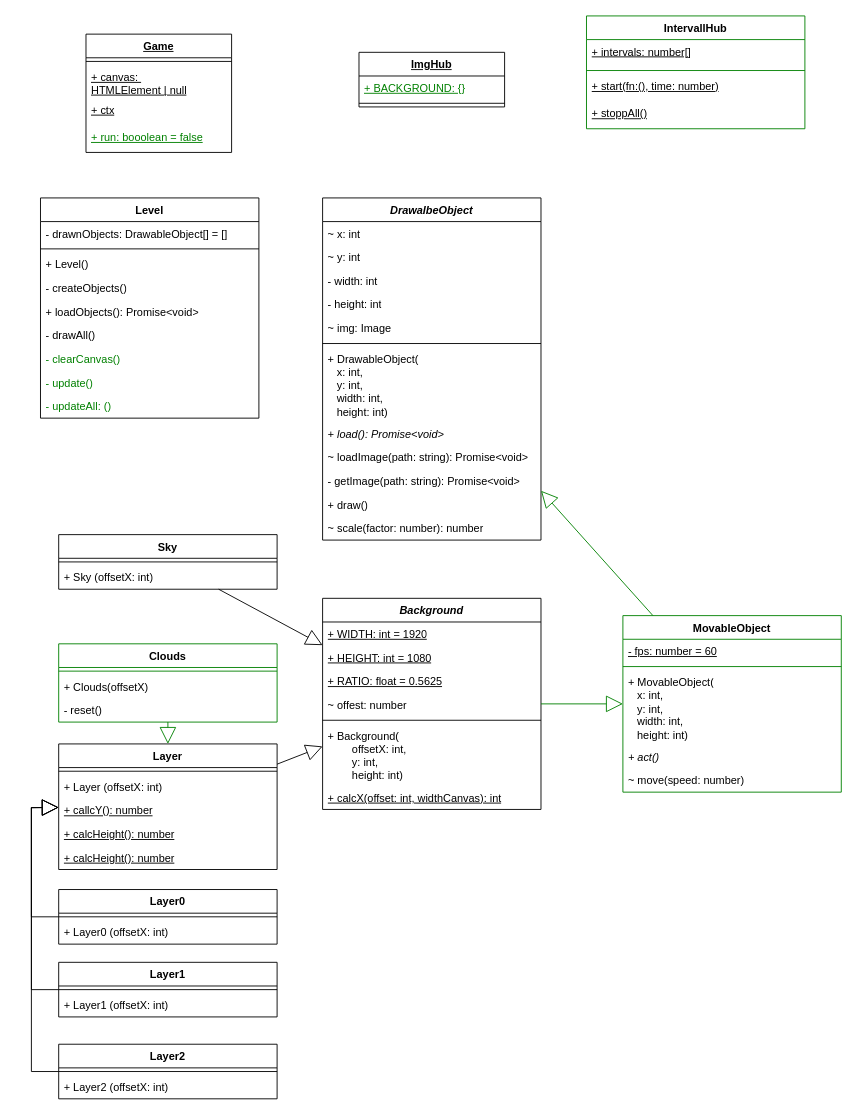
Earlier version of the draw.io diagram docs/classes.drawio (elma1989/el-pollo-loco). Source tidied: cells renumbered, new cells numbered last; positions are measured from the earlier drawing's top-left corner, leaving out a move shared by most shapes. Both pictures are drawn from the tidied source at 91%, with x=0, y=0 at pixel (31, 15).
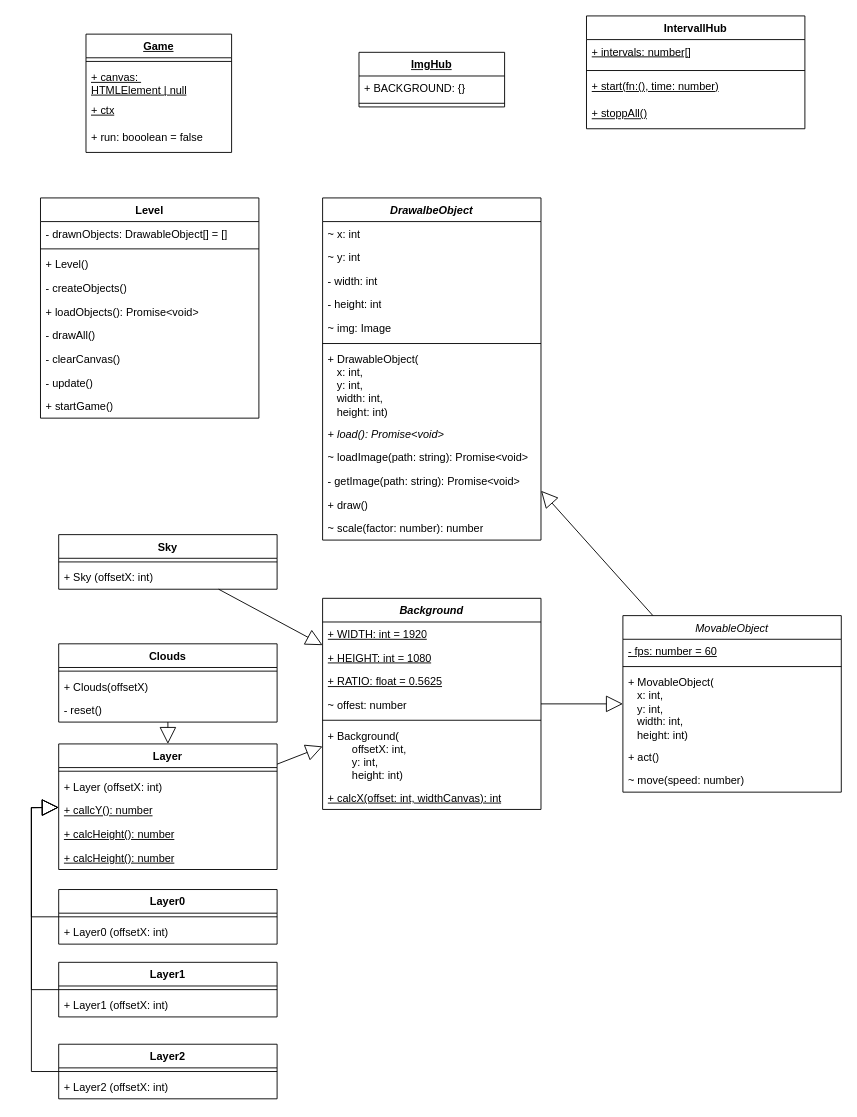
After the change.

Commit message (it also covers changes not shown here):
doc: Updated classes.drawio - Update to class Clouds complete (#30)

Unchanged cells that the change refers to:
```xml
<mxCell id="2" value="Game" style="swimlane;fontStyle=5;align=center;verticalAlign=top;horizontal=1;startSize=26;whiteSpace=wrap;html=1;" parent="1" vertex="1">
  <mxGeometry x="60" y="20" width="160" height="130" as="geometry" />
</mxCell>
<mxCell id="7" value="ImgHub" style="swimlane;fontStyle=5;align=center;verticalAlign=top;horizontal=1;startSize=26;whiteSpace=wrap;html=1;" parent="1" vertex="1">
  <mxGeometry x="360" y="40" width="160" height="60" as="geometry" />
</mxCell>
<mxCell id="10" value="DrawalbeObject" style="swimlane;fontStyle=3;align=center;verticalAlign=top;horizontal=1;startSize=26;whiteSpace=wrap;html=1;" parent="1" vertex="1">
  <mxGeometry x="320" y="200" width="240" height="376" as="geometry" />
</mxCell>
<mxCell id="23" value="Background" style="swimlane;fontStyle=3;align=center;verticalAlign=top;horizontal=1;startSize=26;whiteSpace=wrap;html=1;" parent="1" vertex="1">
  <mxGeometry x="320" y="640" width="240" height="232" as="geometry" />
</mxCell>
<mxCell id="34" value="Layer" style="swimlane;fontStyle=1;align=center;verticalAlign=top;horizontal=1;startSize=26;whiteSpace=wrap;html=1;" parent="1" vertex="1">
  <mxGeometry x="30" y="800" width="240" height="138" as="geometry" />
</mxCell>
<mxCell id="55" value="Level" style="swimlane;fontStyle=1;align=center;verticalAlign=top;horizontal=1;startSize=26;whiteSpace=wrap;html=1;" parent="1" vertex="1">
  <mxGeometry x="10" y="200" width="240" height="242" as="geometry" />
</mxCell>
```

What changed in the source:
```diff
@@
-    <mxCell id="6" value="+ run: booolean = false" style="text;strokeColor=none;fillColor=none;align=left;verticalAlign=top;spacingLeft=4;spacingRight=4;overflow=hidden;whiteSpace=wrap;html=1;fontStyle=4;fontColor=light-dark(#008000,#80FF80);" parent="2" vertex="1">
+    <mxCell id="6" value="+ run: booolean = false" style="text;strokeColor=none;fillColor=none;align=left;verticalAlign=top;spacingLeft=4;spacingRight=4;overflow=hidden;whiteSpace=wrap;html=1;" parent="2" vertex="1">
       <mxGeometry y="100" width="160" height="30" as="geometry" />
     </mxCell>
@@
-    <mxCell id="8" value="+ BACKGROUND: {}" style="text;strokeColor=none;fillColor=none;align=left;verticalAlign=top;spacingLeft=4;spacingRight=4;overflow=hidden;whiteSpace=wrap;html=1;fontStyle=4;fontColor=light-dark(#008000,#80FF80);" parent="7" vertex="1">
+    <mxCell id="8" value="+ BACKGROUND: {}" style="text;strokeColor=none;fillColor=none;align=left;verticalAlign=top;spacingLeft=4;spacingRight=4;overflow=hidden;whiteSpace=wrap;html=1;" parent="7" vertex="1">
       <mxGeometry y="26" width="160" height="26" as="geometry" />
     </mxCell>
@@
-    <mxCell id="49" style="endArrow=block;endSize=16;endFill=0;html=1;rounded=0;strokeColor=light-dark(#008000,#80FF80);" parent="1" edge="1" source="23" target="65">
+    <mxCell id="49" style="endArrow=block;endSize=16;endFill=0;html=1;rounded=0;strokeColor=default;" parent="1" edge="1" source="23" target="65">
       <mxGeometry relative="1" as="geometry" />
     </mxCell>
@@
-    <mxCell id="62" value="- clearCanvas()" style="text;align=left;verticalAlign=top;spacingLeft=4;spacingRight=4;overflow=hidden;whiteSpace=wrap;html=1;fontColor=light-dark(#008000,#80FF80);" parent="55" vertex="1">
+    <mxCell id="62" value="- clearCanvas()" style="text;align=left;verticalAlign=top;spacingLeft=4;spacingRight=4;overflow=hidden;whiteSpace=wrap;html=1;" parent="55" vertex="1">
       <mxGeometry y="164" width="240" height="26" as="geometry" />
     </mxCell>
-    <mxCell id="63" value="- update()" style="text;strokeColor=none;fillColor=none;align=left;verticalAlign=top;spacingLeft=4;spacingRight=4;overflow=hidden;whiteSpace=wrap;html=1;fontColor=light-dark(#008000,#80FF80);" parent="55" vertex="1">
+    <mxCell id="63" value="- update()" style="text;strokeColor=none;fillColor=none;align=left;verticalAlign=top;spacingLeft=4;spacingRight=4;overflow=hidden;whiteSpace=wrap;html=1;" parent="55" vertex="1">
       <mxGeometry y="190" width="240" height="26" as="geometry" />
     </mxCell>
-    <mxCell id="64" value="- updateAll: ()" style="text;strokeColor=none;fillColor=none;align=left;verticalAlign=top;spacingLeft=4;spacingRight=4;overflow=hidden;whiteSpace=wrap;html=1;fontColor=light-dark(#008000,#80FF80);" parent="55" vertex="1">
+    <mxCell id="64" value="+ startGame()" style="text;strokeColor=none;fillColor=none;align=left;verticalAlign=top;spacingLeft=4;spacingRight=4;overflow=hidden;whiteSpace=wrap;html=1;" parent="55" vertex="1">
       <mxGeometry y="216" width="240" height="26" as="geometry" />
     </mxCell>
-    <mxCell id="65" value="MovableObject" style="swimlane;align=center;verticalAlign=top;horizontal=1;startSize=26;whiteSpace=wrap;html=1;strokeColor=light-dark(#008000,#80FF80);" parent="1" vertex="1">
+    <mxCell id="65" value="MovableObject" style="swimlane;align=center;verticalAlign=top;horizontal=1;startSize=26;whiteSpace=wrap;html=1;strokeColor=default;fontStyle=2;" parent="1" vertex="1">
       <mxGeometry x="650" y="659" width="240" height="194" as="geometry" />
     </mxCell>
@@
-    <mxCell id="69" value="+ act()" style="text;strokeColor=none;fillColor=none;align=left;verticalAlign=top;spacingLeft=4;spacingRight=4;overflow=hidden;whiteSpace=wrap;html=1;fontStyle=2;" parent="65" vertex="1">
+    <mxCell id="69" value="+ act()" style="text;strokeColor=none;fillColor=none;align=left;verticalAlign=top;spacingLeft=4;spacingRight=4;overflow=hidden;whiteSpace=wrap;html=1;fontStyle=0;" parent="65" vertex="1">
       <mxGeometry y="142" width="240" height="26" as="geometry" />
     </mxCell>
@@
-    <mxCell id="71" value="IntervallHub" style="swimlane;align=center;verticalAlign=top;horizontal=1;startSize=26;whiteSpace=wrap;html=1;strokeColor=light-dark(#008000,#80FF80);" parent="1" vertex="1">
+    <mxCell id="71" value="IntervallHub" style="swimlane;align=center;verticalAlign=top;horizontal=1;startSize=26;whiteSpace=wrap;html=1;strokeColor=default;" parent="1" vertex="1">
       <mxGeometry x="610" width="240" height="124" as="geometry" />
     </mxCell>
@@
-    <mxCell id="76" value="Clouds" style="swimlane;align=center;verticalAlign=top;horizontal=1;startSize=26;whiteSpace=wrap;html=1;strokeColor=light-dark(#008000,#80FF80);" parent="1" vertex="1">
+    <mxCell id="76" value="Clouds" style="swimlane;align=center;verticalAlign=top;horizontal=1;startSize=26;whiteSpace=wrap;html=1;strokeColor=default;" parent="1" vertex="1">
       <mxGeometry x="30" y="690" width="240" height="86" as="geometry" />
     </mxCell>
@@
-    <mxCell id="80" style="endArrow=block;endSize=16;endFill=0;html=1;rounded=0;strokeColor=light-dark(#008000,#80FF80);" parent="1" edge="1" source="65" target="10">
+    <mxCell id="80" style="endArrow=block;endSize=16;endFill=0;html=1;rounded=0;strokeColor=default;" parent="1" edge="1" source="65" target="10">
       <mxGeometry relative="1" as="geometry" />
     </mxCell>
-    <mxCell id="81" style="endArrow=block;endSize=16;endFill=0;html=1;rounded=0;strokeColor=light-dark(#008000,#80FF80);" parent="1" edge="1" source="76" target="34">
+    <mxCell id="81" style="endArrow=block;endSize=16;endFill=0;html=1;rounded=0;strokeColor=default;" parent="1" edge="1" source="76" target="34">
       <mxGeometry relative="1" as="geometry" />
     </mxCell>
```
